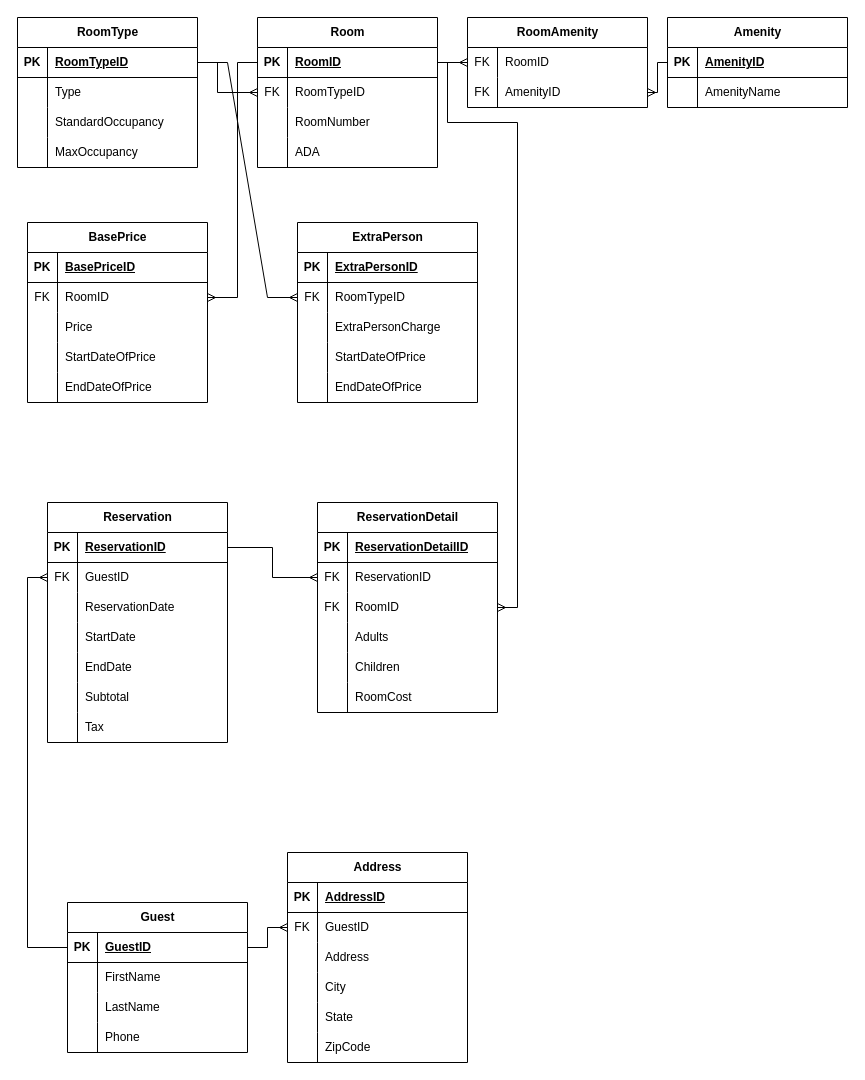
Earlier version of the draw.io diagram ERDs/ERD.drawio (GabyRom/Prod_Supp_SQL). Source tidied: cells renumbered, new cells numbered last; positions are measured from the earlier drawing's top-left corner, leaving out a move shared by most shapes. Both pictures are drawn from the tidied source at 100%, with x=0, y=0 at pixel (17, 17).
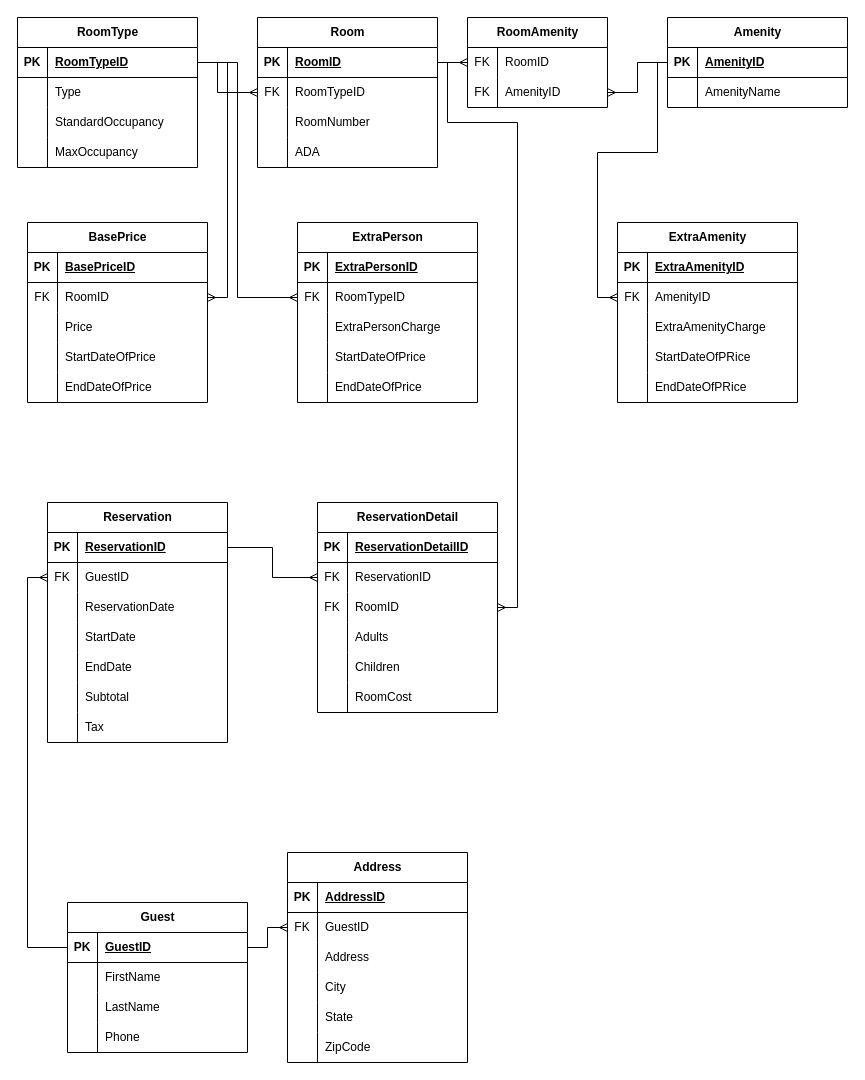
The same page after the edit.

Commit message:
Addition of a  table into ERD

Unchanged cells that the change refers to:
```xml
<mxCell id="3" style="shape=tableRow;horizontal=0;startSize=0;swimlaneHead=0;swimlaneBody=0;fillColor=none;points=[[0,0.5],[1,0.5]];portConstraint=eastwest;top=0;left=0;right=0;bottom=1;" parent="2" vertex="1">
  <mxGeometry y="30" width="180" height="30" as="geometry" />
</mxCell>
<mxCell id="16" style="shape=tableRow;horizontal=0;startSize=0;swimlaneHead=0;swimlaneBody=0;fillColor=none;points=[[0,0.5],[1,0.5]];portConstraint=eastwest;top=0;left=0;right=0;bottom=1;" parent="15" vertex="1">
  <mxGeometry y="30" width="180" height="30" as="geometry" />
</mxCell>
<mxCell id="26" style="shape=tableRow;horizontal=0;startSize=0;swimlaneHead=0;swimlaneBody=0;fillColor=none;points=[[0,0.5],[1,0.5]];portConstraint=eastwest;top=0;left=0;right=0;bottom=0;" parent="22" vertex="1">
  <mxGeometry y="60" width="180" height="30" as="geometry" />
</mxCell>
<mxCell id="39" style="shape=tableRow;horizontal=0;startSize=0;swimlaneHead=0;swimlaneBody=0;fillColor=none;points=[[0,0.5],[1,0.5]];portConstraint=eastwest;top=0;left=0;right=0;bottom=1;" parent="38" vertex="1">
  <mxGeometry y="30" width="180" height="30" as="geometry" />
</mxCell>
<mxCell id="55" style="shape=tableRow;horizontal=0;startSize=0;swimlaneHead=0;swimlaneBody=0;fillColor=none;points=[[0,0.5],[1,0.5]];portConstraint=eastwest;top=0;left=0;right=0;bottom=0;" parent="51" vertex="1">
  <mxGeometry y="60" width="180" height="30" as="geometry" />
</mxCell>
```

The edit, as a diff of the source:
```diff
@@
     <mxCell id="143" value="RoomAmenity" style="shape=table;startSize=30;childLayout=tableLayout;rowLines=0;fontStyle=1;align=center;html=1;" parent="1" vertex="1">
-      <mxGeometry x="450" width="180" height="90" as="geometry" />
+      <mxGeometry x="450" width="140" height="90" as="geometry" />
     </mxCell>
     <mxCell id="144" style="shape=tableRow;horizontal=0;startSize=0;swimlaneHead=0;swimlaneBody=0;fillColor=none;points=[[0,0.5],[1,0.5]];portConstraint=eastwest;top=0;left=0;right=0;bottom=0;" parent="143" vertex="1">
-      <mxGeometry y="30" width="180" height="30" as="geometry" />
+      <mxGeometry y="30" width="140" height="30" as="geometry" />
     </mxCell>
@@
     <mxCell id="146" value="RoomID" style="shape=partialRectangle;fillColor=none;top=0;left=0;bottom=0;right=0;align=left;spacingLeft=6;overflow=hidden;whiteSpace=wrap;html=1;" parent="144" vertex="1">
-      <mxGeometry x="30" width="150" height="30" as="geometry" />
+      <mxGeometry x="30" width="110" height="30" as="geometry" />
     </mxCell>
     <mxCell id="147" style="shape=tableRow;horizontal=0;startSize=0;swimlaneHead=0;swimlaneBody=0;fillColor=none;points=[[0,0.5],[1,0.5]];portConstraint=eastwest;top=0;left=0;right=0;bottom=0;" parent="143" vertex="1">
-      <mxGeometry y="60" width="180" height="30" as="geometry" />
+      <mxGeometry y="60" width="140" height="30" as="geometry" />
     </mxCell>
@@
     <mxCell id="149" value="AmenityID" style="shape=partialRectangle;fillColor=none;top=0;left=0;bottom=0;right=0;align=left;spacingLeft=6;overflow=hidden;whiteSpace=wrap;html=1;" parent="147" vertex="1">
-      <mxGeometry x="30" width="150" height="30" as="geometry" />
+      <mxGeometry x="30" width="110" height="30" as="geometry" />
     </mxCell>
     <mxCell id="150" style="edgeStyle=orthogonalEdgeStyle;rounded=0;jettySize=auto;html=1;exitX=0;exitY=0.5;exitDx=0;exitDy=0;entryX=1;entryY=0.5;entryDx=0;entryDy=0;endArrow=ERmany;endFill=0;" parent="1" edge="1" source="16" target="147">
       <mxGeometry relative="1" as="geometry">
         <Array as="points">
-          <mxPoint x="640" y="45" />
-          <mxPoint x="640" y="75" />
+          <mxPoint x="620" y="45" />
+          <mxPoint x="620" y="75" />
         </Array>
       </mxGeometry>
     </mxCell>
@@
-    <mxCell id="153" style="edgeStyle=orthogonalEdgeStyle;rounded=0;jettySize=auto;html=1;exitX=0;exitY=0.5;exitDx=0;exitDy=0;entryX=1;entryY=0.5;entryDx=0;entryDy=0;endArrow=ERmany;endFill=0;" parent="1" edge="1" source="3" target="26">
+    <mxCell id="153" style="edgeStyle=orthogonalEdgeStyle;rounded=0;jettySize=auto;html=1;exitX=1;exitY=0.5;exitDx=0;exitDy=0;entryX=1;entryY=0.5;entryDx=0;entryDy=0;endArrow=ERmany;endFill=0;" parent="1" edge="1" source="39" target="26">
       <mxGeometry relative="1" as="geometry">
         <Array as="points">
-          <mxPoint x="220" y="45" />
-          <mxPoint x="220" y="280" />
+          <mxPoint x="210" y="45" />
+          <mxPoint x="210" y="280" />
         </Array>
       </mxGeometry>
     </mxCell>
-    <mxCell id="154" style="rounded=0;jettySize=auto;html=1;entryX=0;entryY=0.5;entryDx=0;entryDy=0;endArrow=ERmany;endFill=0;edgeStyle=entityRelationEdgeStyle;elbow=vertical;" parent="1" edge="1" source="39" target="55">
-      <mxGeometry relative="1" as="geometry" />
+    <mxCell id="154" style="rounded=0;jettySize=auto;html=1;entryX=0;entryY=0.5;entryDx=0;entryDy=0;endArrow=ERmany;endFill=0;elbow=vertical;edgeStyle=orthogonalEdgeStyle;" parent="1" edge="1" source="39" target="55">
+      <mxGeometry relative="1" as="geometry">
+        <Array as="points">
+          <mxPoint x="220" y="45" />
+          <mxPoint x="220" y="280" />
+        </Array>
+      </mxGeometry>
     </mxCell>
@@
+    <mxCell id="156" value="ExtraAmenity" style="shape=table;startSize=30;childLayout=tableLayout;rowLines=0;fontStyle=1;align=center;html=1;" parent="1" vertex="1">
+      <mxGeometry x="600" y="205" width="180" height="180" as="geometry" />
+    </mxCell>
+    <mxCell id="157" style="shape=tableRow;horizontal=0;startSize=0;swimlaneHead=0;swimlaneBody=0;fillColor=none;top=0;left=0;right=0;bottom=1;" parent="156" vertex="1">
+      <mxGeometry y="30" width="180" height="30" as="geometry" />
+    </mxCell>
+    <mxCell id="158" value="PK" style="shape=partialRectangle;fillColor=none;top=0;left=0;bottom=0;right=0;fontStyle=1;overflow=hidden;whiteSpace=wrap;html=1;" parent="157" vertex="1">
+      <mxGeometry width="30" height="30" as="geometry" />
+    </mxCell>
+    <mxCell id="159" value="ExtraAmenityID" style="shape=partialRectangle;fillColor=none;top=0;left=0;bottom=0;right=0;align=left;spacingLeft=6;fontStyle=5;overflow=hidden;whiteSpace=wrap;html=1;" parent="157" vertex="1">
+      <mxGeometry x="30" width="150" height="30" as="geometry" />
+    </mxCell>
+    <mxCell id="160" style="shape=tableRow;horizontal=0;startSize=0;swimlaneHead=0;swimlaneBody=0;fillColor=none;points=[[0,0.5],[1,0.5]];portConstraint=eastwest;top=0;left=0;right=0;bottom=0;" parent="156" vertex="1">
+      <mxGeometry y="60" width="180" height="30" as="geometry" />
+    </mxCell>
+    <mxCell id="161" value="FK" style="shape=partialRectangle;fillColor=none;top=0;left=0;bottom=0;right=0;overflow=hidden;whiteSpace=wrap;html=1;" parent="160" vertex="1">
+      <mxGeometry width="30" height="30" as="geometry" />
+    </mxCell>
+    <mxCell id="162" value="AmenityID" style="shape=partialRectangle;fillColor=none;top=0;left=0;bottom=0;right=0;align=left;spacingLeft=6;overflow=hidden;whiteSpace=wrap;html=1;" parent="160" vertex="1">
+      <mxGeometry x="30" width="150" height="30" as="geometry" />
+    </mxCell>
+    <mxCell id="163" style="shape=tableRow;horizontal=0;startSize=0;swimlaneHead=0;swimlaneBody=0;fillColor=none;top=0;left=0;right=0;bottom=0;" parent="156" vertex="1">
+      <mxGeometry y="90" width="180" height="30" as="geometry" />
+    </mxCell>
+    <mxCell id="164" style="shape=partialRectangle;fillColor=none;top=0;left=0;bottom=0;right=0;overflow=hidden;whiteSpace=wrap;html=1;" parent="163" vertex="1">
+      <mxGeometry width="30" height="30" as="geometry" />
+    </mxCell>
+    <mxCell id="165" value="ExtraAmenityCharge" style="shape=partialRectangle;fillColor=none;top=0;left=0;bottom=0;right=0;align=left;spacingLeft=6;overflow=hidden;whiteSpace=wrap;html=1;" parent="163" vertex="1">
+      <mxGeometry x="30" width="150" height="30" as="geometry" />
+    </mxCell>
+    <mxCell id="166" style="shape=tableRow;horizontal=0;startSize=0;swimlaneHead=0;swimlaneBody=0;fillColor=none;top=0;left=0;right=0;bottom=0;" parent="156" vertex="1">
+      <mxGeometry y="120" width="180" height="30" as="geometry" />
+    </mxCell>
+    <mxCell id="167" style="shape=partialRectangle;fillColor=none;top=0;left=0;bottom=0;right=0;overflow=hidden;whiteSpace=wrap;html=1;" parent="166" vertex="1">
+      <mxGeometry width="30" height="30" as="geometry" />
+    </mxCell>
+    <mxCell id="168" value="StartDateOfPRice" style="shape=partialRectangle;fillColor=none;top=0;left=0;bottom=0;right=0;align=left;spacingLeft=6;overflow=hidden;whiteSpace=wrap;html=1;" parent="166" vertex="1">
+      <mxGeometry x="30" width="150" height="30" as="geometry" />
+    </mxCell>
+    <mxCell id="169" style="shape=tableRow;horizontal=0;startSize=0;swimlaneHead=0;swimlaneBody=0;fillColor=none;top=0;left=0;right=0;bottom=0;" parent="156" vertex="1">
+      <mxGeometry y="150" width="180" height="30" as="geometry" />
+    </mxCell>
+    <mxCell id="170" style="shape=partialRectangle;fillColor=none;top=0;left=0;bottom=0;right=0;overflow=hidden;whiteSpace=wrap;html=1;" parent="169" vertex="1">
+      <mxGeometry width="30" height="30" as="geometry" />
+    </mxCell>
+    <mxCell id="171" value="EndDateOfPRice" style="shape=partialRectangle;fillColor=none;top=0;left=0;bottom=0;right=0;align=left;spacingLeft=6;overflow=hidden;whiteSpace=wrap;html=1;" parent="169" vertex="1">
+      <mxGeometry x="30" width="150" height="30" as="geometry" />
+    </mxCell>
+    <mxCell id="172" style="edgeStyle=orthogonalEdgeStyle;rounded=0;jettySize=auto;html=1;exitX=0;exitY=0.5;exitDx=0;exitDy=0;entryX=0;entryY=0.5;entryDx=0;entryDy=0;endArrow=ERmany;endFill=0;" parent="1" edge="1" source="16" target="160">
+      <mxGeometry relative="1" as="geometry">
+        <Array as="points">
+          <mxPoint x="640" y="45" />
+          <mxPoint x="640" y="135" />
+          <mxPoint x="580" y="135" />
+          <mxPoint x="580" y="280" />
+        </Array>
+      </mxGeometry>
+    </mxCell>
```
